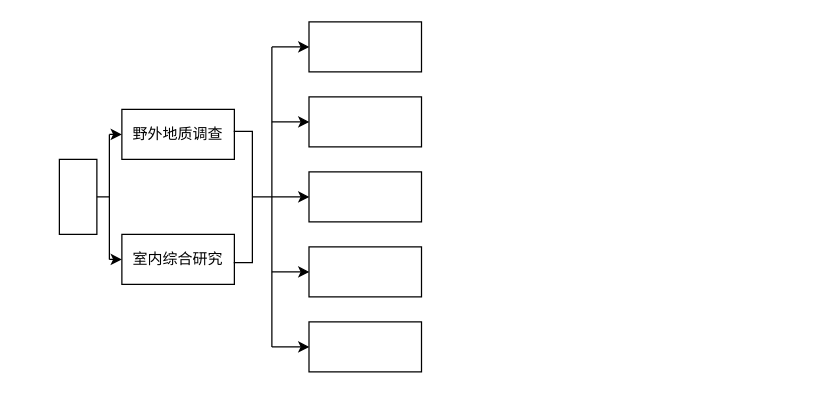
Above: 未命名绘图.drawio in dp0qb/document_img (draw.io), before the change. Source tidied: cells renumbered, new cells numbered last; positions are measured from the earlier drawing's top-left corner, leaving out a move shared by most shapes. Both pictures are drawn from the tidied source at 125%, with x=0, y=0 at pixel (59, 21).
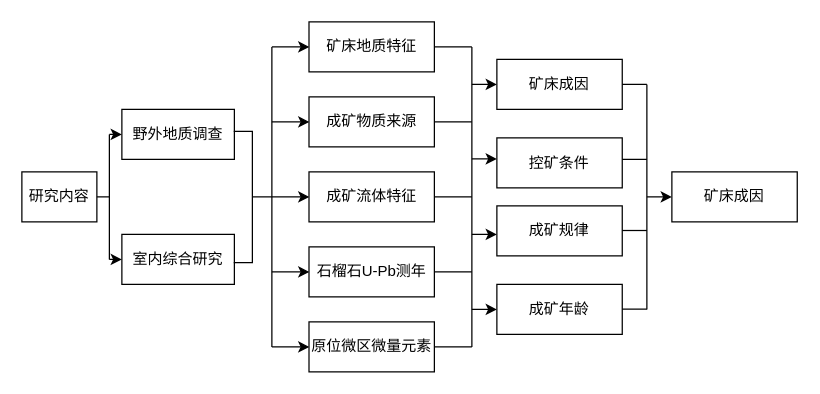
Above is the later version.

Commit message:
更新未命名绘图.drawio

What changed in the source:
```diff
@@
-    <mxCell id="12" style="rounded=0;whiteSpace=wrap;html=1;" parent="1" vertex="1">
-      <mxGeometry y="110" width="30" height="60" as="geometry" />
+    <mxCell id="12" value="研究内容" style="rounded=0;whiteSpace=wrap;html=1;" parent="1" vertex="1">
+      <mxGeometry x="-30" y="120" width="60" height="40" as="geometry" />
     </mxCell>
@@
-    <mxCell id="17" style="rounded=0;whiteSpace=wrap;html=1;" parent="1" vertex="1">
-      <mxGeometry x="199.7" width="90" height="40" as="geometry" />
+    <mxCell id="17" value="矿床地质特征" style="rounded=0;whiteSpace=wrap;html=1;" parent="1" vertex="1">
+      <mxGeometry x="199.7" width="100.3" height="40" as="geometry" />
     </mxCell>
-    <mxCell id="18" style="rounded=0;whiteSpace=wrap;html=1;" parent="1" vertex="1">
-      <mxGeometry x="199.7" y="120" width="90" height="40" as="geometry" />
+    <mxCell id="18" value="成矿流体特征" style="rounded=0;whiteSpace=wrap;html=1;" parent="1" vertex="1">
+      <mxGeometry x="199.7" y="120" width="100.3" height="40" as="geometry" />
     </mxCell>
-    <mxCell id="19" style="rounded=0;whiteSpace=wrap;html=1;" parent="1" vertex="1">
-      <mxGeometry x="199.7" y="60" width="90" height="40" as="geometry" />
+    <mxCell id="19" value="成矿物质来源" style="rounded=0;whiteSpace=wrap;html=1;" parent="1" vertex="1">
+      <mxGeometry x="199.7" y="60" width="100.3" height="40" as="geometry" />
     </mxCell>
-    <mxCell id="20" style="rounded=0;whiteSpace=wrap;html=1;" parent="1" vertex="1">
-      <mxGeometry x="199.7" y="180" width="90" height="40" as="geometry" />
+    <mxCell id="20" value="石榴石U-Pb测年" style="rounded=0;whiteSpace=wrap;html=1;" parent="1" vertex="1">
+      <mxGeometry x="199.7" y="180" width="100.3" height="40" as="geometry" />
     </mxCell>
-    <mxCell id="21" style="rounded=0;whiteSpace=wrap;html=1;" parent="1" vertex="1">
-      <mxGeometry x="199.7" y="240" width="90" height="40" as="geometry" />
+    <mxCell id="21" value="原位微区微量元素" style="rounded=0;whiteSpace=wrap;html=1;" parent="1" vertex="1">
+      <mxGeometry x="199.7" y="240" width="100.3" height="40" as="geometry" />
     </mxCell>
+    <mxCell id="22" style="endArrow=none;html=1;rounded=0;" parent="1" edge="1">
+      <mxGeometry relative="1" as="geometry">
+        <mxPoint x="330" y="260" as="sourcePoint" />
+        <mxPoint x="330" y="20" as="targetPoint" />
+      </mxGeometry>
+    </mxCell>
+    <mxCell id="23" style="endArrow=none;html=1;rounded=0;exitX=1;exitY=0.5;exitDx=0;exitDy=0;" parent="1" edge="1" source="17">
+      <mxGeometry relative="1" as="geometry">
+        <mxPoint x="330" y="20" as="targetPoint" />
+      </mxGeometry>
+    </mxCell>
+    <mxCell id="24" style="endArrow=none;html=1;rounded=0;exitX=1;exitY=0.5;exitDx=0;exitDy=0;" parent="1" edge="1" source="19">
+      <mxGeometry relative="1" as="geometry">
+        <mxPoint x="330" y="80" as="targetPoint" />
+      </mxGeometry>
+    </mxCell>
+    <mxCell id="25" style="endArrow=none;html=1;rounded=0;exitX=1;exitY=0.5;exitDx=0;exitDy=0;" parent="1" edge="1" source="18">
+      <mxGeometry relative="1" as="geometry">
+        <mxPoint x="330" y="140" as="targetPoint" />
+      </mxGeometry>
+    </mxCell>
+    <mxCell id="26" style="endArrow=none;html=1;rounded=0;exitX=1;exitY=0.5;exitDx=0;exitDy=0;" parent="1" edge="1" source="20">
+      <mxGeometry relative="1" as="geometry">
+        <mxPoint x="330" y="200" as="targetPoint" />
+      </mxGeometry>
+    </mxCell>
+    <mxCell id="27" style="endArrow=none;html=1;rounded=0;exitX=1;exitY=0.5;exitDx=0;exitDy=0;" parent="1" edge="1" source="21">
+      <mxGeometry relative="1" as="geometry">
+        <mxPoint x="330" y="260" as="targetPoint" />
+      </mxGeometry>
+    </mxCell>
+    <mxCell id="28" style="endArrow=classic;html=1;rounded=0;" parent="1" edge="1">
+      <mxGeometry relative="1" as="geometry">
+        <mxPoint x="330" y="50" as="sourcePoint" />
+        <mxPoint x="350" y="50" as="targetPoint" />
+      </mxGeometry>
+    </mxCell>
+    <mxCell id="29" style="endArrow=classic;html=1;rounded=0;" parent="1" edge="1">
+      <mxGeometry relative="1" as="geometry">
+        <mxPoint x="330" y="109.6" as="sourcePoint" />
+        <mxPoint x="350" y="109.6" as="targetPoint" />
+      </mxGeometry>
+    </mxCell>
+    <mxCell id="30" style="endArrow=classic;html=1;rounded=0;" parent="1" edge="1">
+      <mxGeometry relative="1" as="geometry">
+        <mxPoint x="330" y="170" as="sourcePoint" />
+        <mxPoint x="350" y="170" as="targetPoint" />
+      </mxGeometry>
+    </mxCell>
+    <mxCell id="31" style="endArrow=classic;html=1;rounded=0;" parent="1" edge="1">
+      <mxGeometry relative="1" as="geometry">
+        <mxPoint x="330" y="230" as="sourcePoint" />
+        <mxPoint x="350" y="230" as="targetPoint" />
+      </mxGeometry>
+    </mxCell>
+    <mxCell id="32" value="成矿年龄" style="rounded=0;whiteSpace=wrap;html=1;" parent="1" vertex="1">
+      <mxGeometry x="350" y="210" width="100.3" height="40" as="geometry" />
+    </mxCell>
+    <mxCell id="33" value="成矿规律" style="rounded=0;whiteSpace=wrap;html=1;" parent="1" vertex="1">
+      <mxGeometry x="350" y="147.2" width="100.3" height="40" as="geometry" />
+    </mxCell>
+    <mxCell id="34" value="控矿条件" style="rounded=0;whiteSpace=wrap;html=1;" parent="1" vertex="1">
+      <mxGeometry x="350" y="92.8" width="100.3" height="40" as="geometry" />
+    </mxCell>
+    <mxCell id="35" value="矿床成因" style="rounded=0;whiteSpace=wrap;html=1;" parent="1" vertex="1">
+      <mxGeometry x="350" y="30" width="100.3" height="40" as="geometry" />
+    </mxCell>
+    <mxCell id="36" style="endArrow=none;html=1;rounded=0;" parent="1" edge="1">
+      <mxGeometry relative="1" as="geometry">
+        <mxPoint x="470" y="230" as="sourcePoint" />
+        <mxPoint x="470" y="50" as="targetPoint" />
+      </mxGeometry>
+    </mxCell>
+    <mxCell id="37" style="endArrow=none;html=1;rounded=0;" parent="1" edge="1">
+      <mxGeometry relative="1" as="geometry">
+        <mxPoint x="450.3" y="50" as="sourcePoint" />
+        <mxPoint x="470" y="50" as="targetPoint" />
+      </mxGeometry>
+    </mxCell>
+    <mxCell id="38" style="endArrow=none;html=1;rounded=0;" parent="1" edge="1">
+      <mxGeometry relative="1" as="geometry">
+        <mxPoint x="450.3" y="110" as="sourcePoint" />
+        <mxPoint x="470" y="110" as="targetPoint" />
+      </mxGeometry>
+    </mxCell>
+    <mxCell id="39" style="endArrow=none;html=1;rounded=0;" parent="1" edge="1">
+      <mxGeometry relative="1" as="geometry">
+        <mxPoint x="450.3" y="166.9" as="sourcePoint" />
+        <mxPoint x="470" y="166.9" as="targetPoint" />
+      </mxGeometry>
+    </mxCell>
+    <mxCell id="40" style="endArrow=none;html=1;rounded=0;" parent="1" edge="1">
+      <mxGeometry relative="1" as="geometry">
+        <mxPoint x="450.3" y="229.8" as="sourcePoint" />
+        <mxPoint x="470" y="229.8" as="targetPoint" />
+      </mxGeometry>
+    </mxCell>
+    <mxCell id="41" style="endArrow=classic;html=1;rounded=0;" parent="1" edge="1">
+      <mxGeometry relative="1" as="geometry">
+        <mxPoint x="470" y="140" as="sourcePoint" />
+        <mxPoint x="490" y="140" as="targetPoint" />
+      </mxGeometry>
+    </mxCell>
+    <mxCell id="42" value="矿床成因" style="rounded=0;whiteSpace=wrap;html=1;" parent="1" vertex="1">
+      <mxGeometry x="490" y="120" width="100.3" height="40" as="geometry" />
+    </mxCell>
```
